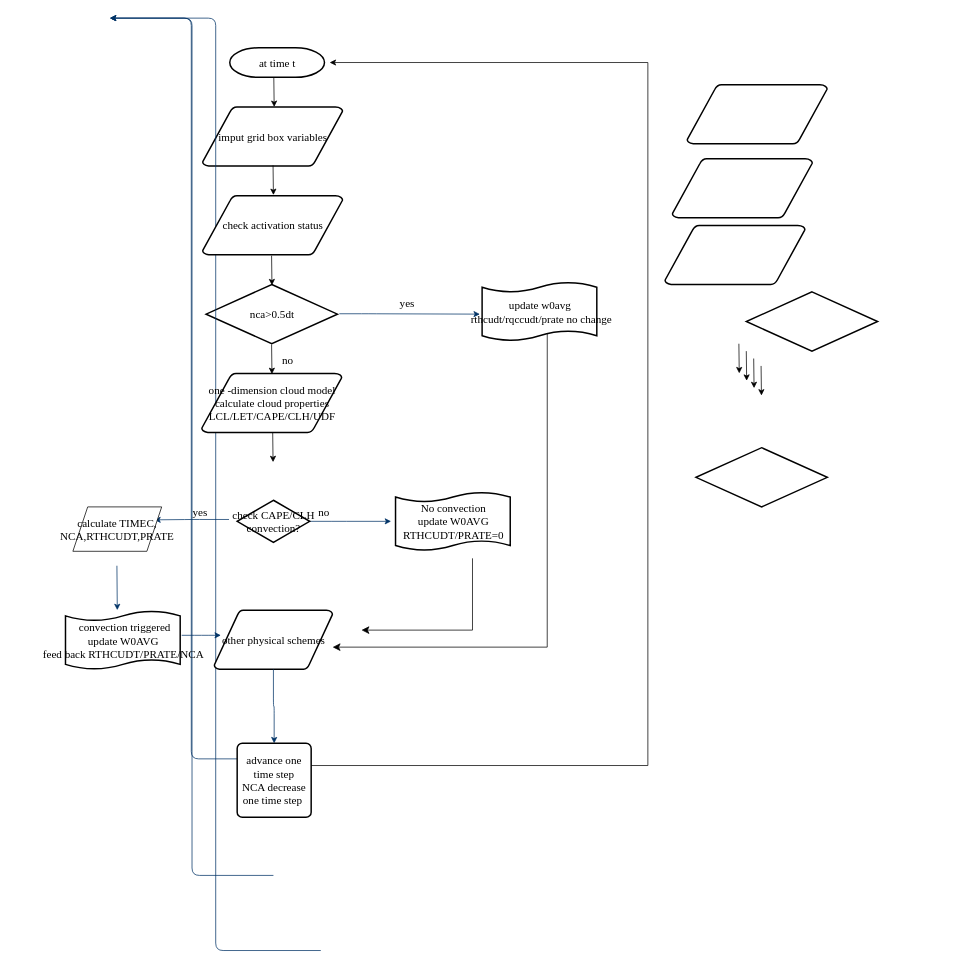
yuxing79/weather keeps this draw.io diagram as mskf-flowchart01.drawio. Above is the earlier version. Source tidied: cells renumbered, new cells numbered last; positions are measured from the earlier drawing's top-left corner, leaving out a move shared by most shapes. Both pictures are drawn from the tidied source at 74%, with x=0, y=0 at pixel (65, 18).
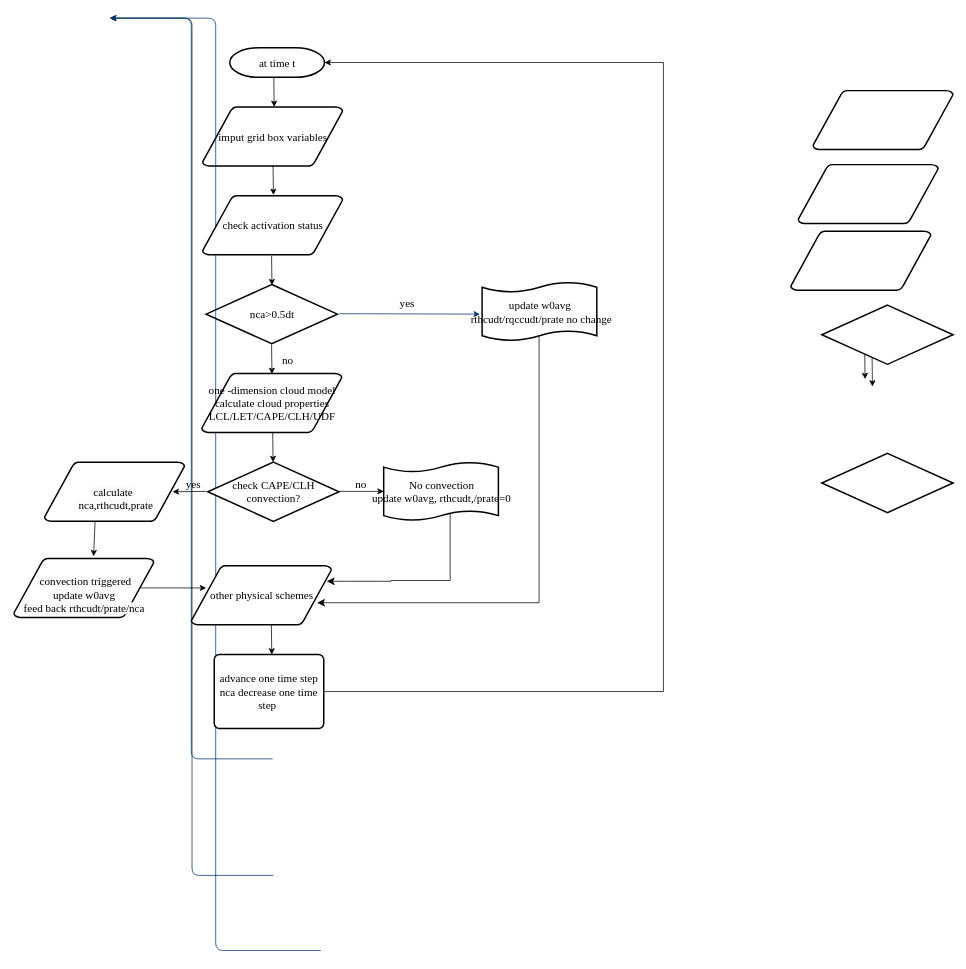
Above is the later version.

The change refers to these unchanged cells:
```xml
<mxCell id="2" value="at time t" style="shape=mxgraph.flowchart.terminator;strokeWidth=2;gradientColor=none;gradientDirection=north;fontStyle=0;html=1;fontSize=15;fontFamily=Times New Roman;" parent="1" vertex="1">
  <mxGeometry x="222" y="40" width="128" height="40" as="geometry" />
</mxCell>
<mxCell id="14" value="update w0avg&lt;br style=&quot;font-size: 15px;&quot;&gt;&amp;nbsp;rthcudt/rqccudt/prate no change" style="shape=mxgraph.flowchart.paper_tape;strokeWidth=2;gradientColor=none;gradientDirection=north;fontStyle=0;html=1;fontSize=15;fontFamily=Times New Roman;" parent="1" vertex="1">
  <mxGeometry x="563" y="356" width="155" height="81" as="geometry" />
</mxCell>
```

The edit, as a diff of the source:
```diff
@@
-    <mxCell id="7" style="edgeStyle=elbowEdgeStyle;elbow=horizontal;fontStyle=1;strokeColor=#003366;strokeWidth=1;html=1;fontSize=15;fontFamily=Times New Roman;" parent="1" edge="1" source="15">
-      <mxGeometry as="geometry">
-        <mxPoint x="440" y="680" as="targetPoint" />
-        <Array as="points">
-          <mxPoint x="370" y="680" />
-        </Array>
-      </mxGeometry>
-    </mxCell>
-    <mxCell id="8" style="edgeStyle=elbowEdgeStyle;elbow=horizontal;exitX=0.5;exitY=1;exitPerimeter=0;fontStyle=1;strokeColor=#003366;strokeWidth=1;html=1;fontSize=15;fontFamily=Times New Roman;" parent="1" edge="1">
-      <mxGeometry as="geometry">
-        <mxPoint x="69.5" y="740" as="sourcePoint" />
-        <mxPoint x="69.5" y="800" as="targetPoint" />
-      </mxGeometry>
-    </mxCell>
@@
-    <mxCell id="12" value="other physical schemes" style="shape=mxgraph.flowchart.data;strokeWidth=2;gradientColor=none;gradientDirection=north;fontStyle=0;html=1;fontSize=15;fontFamily=Times New Roman;" parent="1" vertex="1">
-      <mxGeometry x="201" y="800" width="160" height="80" as="geometry" />
-    </mxCell>
-    <mxCell id="13" style="edgeStyle=elbowEdgeStyle;elbow=vertical;exitX=0.5;exitY=1;exitPerimeter=0;fontStyle=1;strokeColor=#003366;strokeWidth=1;html=1;entryX=0.5;entryY=0;entryDx=0;entryDy=0;fontSize=15;fontFamily=Times New Roman;" parent="1" edge="1" source="12" target="27">
-      <mxGeometry as="geometry" />
-    </mxCell>
@@
-    <mxCell id="15" value="check&amp;nbsp;CAPE/CLH&lt;br style=&quot;font-size: 15px;&quot;&gt;convection?" style="shape=mxgraph.flowchart.decision;strokeWidth=2;gradientColor=none;gradientDirection=north;fontStyle=0;html=1;fontSize=15;fontFamily=Times New Roman;" parent="1" vertex="1">
-      <mxGeometry x="232" y="651.5" width="98" height="57" as="geometry" />
-    </mxCell>
-    <mxCell id="16" style="edgeStyle=elbowEdgeStyle;elbow=horizontal;fontStyle=1;strokeColor=#003366;strokeWidth=1;html=1;fontSize=15;fontFamily=Times New Roman;" parent="1" edge="1">
-      <mxGeometry as="geometry">
-        <mxPoint x="221" y="677.5" as="sourcePoint" />
-        <mxPoint x="120" y="678" as="targetPoint" />
-      </mxGeometry>
-    </mxCell>
     <mxCell id="17" value="no" style="text;fontStyle=0;html=1;strokeColor=none;gradientColor=none;fillColor=none;strokeWidth=2;fontSize=15;fontFamily=Times New Roman;" parent="1" vertex="1">
-      <mxGeometry x="340" y="651.5" width="40" height="26" as="geometry" />
+      <mxGeometry x="390" y="613.5" width="40" height="26" as="geometry" />
     </mxCell>
-    <mxCell id="18" value="No convection&lt;br style=&quot;font-size: 15px;&quot;&gt;update W0AVG&lt;br style=&quot;font-size: 15px;&quot;&gt;RTHCUDT/PRATE=0&lt;br style=&quot;font-size: 15px;&quot;&gt;" style="shape=mxgraph.flowchart.paper_tape;strokeWidth=2;gradientColor=none;gradientDirection=north;fontStyle=0;html=1;fontSize=15;fontFamily=Times New Roman;" parent="1" vertex="1">
-      <mxGeometry x="446" y="639.5" width="155" height="81" as="geometry" />
+    <mxCell id="18" value="No convection&lt;br style=&quot;font-size: 15px;&quot;&gt;update w0avg, rthcudt,/prate=0" style="shape=mxgraph.flowchart.paper_tape;strokeWidth=2;gradientColor=none;gradientDirection=north;fontStyle=0;html=1;fontSize=15;fontFamily=Times New Roman;" parent="1" vertex="1">
+      <mxGeometry x="430" y="599" width="155" height="81" as="geometry" />
     </mxCell>
     <mxCell id="19" value="yes" style="text;fontStyle=0;html=1;strokeColor=none;gradientColor=none;fillColor=none;strokeWidth=2;fontSize=15;fontFamily=Times New Roman;" parent="1" vertex="1">
-      <mxGeometry x="170" y="651.5" width="40" height="26" as="geometry" />
+      <mxGeometry x="161" y="613.5" width="40" height="26" as="geometry" />
     </mxCell>
-    <mxCell id="20" value="&amp;nbsp;convection triggered&lt;br style=&quot;font-size: 15px;&quot;&gt;update W0AVG&lt;br style=&quot;font-size: 15px;&quot;&gt;feed back RTHCUDT/PRATE/NCA&lt;br style=&quot;font-size: 15px;&quot;&gt;" style="shape=mxgraph.flowchart.paper_tape;strokeWidth=2;gradientColor=none;gradientDirection=north;fontStyle=0;html=1;fontSize=15;fontFamily=Times New Roman;" parent="1" vertex="1">
-      <mxGeometry y="800" width="155" height="81" as="geometry" />
-    </mxCell>
-    <mxCell id="21" value="calculate TIMEC, NCA,RTHCUDT,PRATE" style="shape=parallelogram;perimeter=parallelogramPerimeter;whiteSpace=wrap;html=1;fixedSize=1;fontSize=15;fontFamily=Times New Roman;" parent="1" vertex="1">
-      <mxGeometry x="10" y="660.5" width="120" height="60" as="geometry" />
-    </mxCell>
-    <mxCell id="22" style="edgeStyle=elbowEdgeStyle;elbow=horizontal;exitX=1.013;exitY=0.42;exitPerimeter=0;fontStyle=1;strokeColor=#003366;strokeWidth=1;html=1;exitDx=0;exitDy=0;fontSize=15;fontFamily=Times New Roman;" parent="1" edge="1" source="20">
-      <mxGeometry as="geometry">
-        <mxPoint x="210" y="834" as="targetPoint" />
-      </mxGeometry>
-    </mxCell>
@@
-    <mxCell id="24" style="edgeStyle=segmentEdgeStyle;endArrow=classic;html=1;curved=0;rounded=0;endSize=8;startSize=8;exitX=0.568;exitY=0.864;exitDx=0;exitDy=0;exitPerimeter=0;fontSize=15;fontFamily=Times New Roman;" parent="1" edge="1" source="14" target="12">
-      <mxGeometry relative="1" as="geometry">
-        <Array as="points">
-          <mxPoint x="651" y="850" />
-        </Array>
-      </mxGeometry>
-    </mxCell>
-    <mxCell id="25" style="edgeStyle=segmentEdgeStyle;endArrow=classic;html=1;curved=0;rounded=0;endSize=8;startSize=8;fontSize=15;fontFamily=Times New Roman;" parent="1" edge="1">
+    <mxCell id="25" style="edgeStyle=segmentEdgeStyle;endArrow=classic;html=1;curved=0;rounded=0;endSize=8;startSize=8;fontSize=15;fontFamily=Times New Roman;entryX=0.966;entryY=0.263;entryDx=0;entryDy=0;entryPerimeter=0;" parent="1" edge="1" target="12">
       <mxGeometry relative="1" as="geometry">
-        <mxPoint x="550" y="730" as="sourcePoint" />
-        <mxPoint x="400" y="827" as="targetPoint" />
+        <mxPoint x="519.8" y="670" as="sourcePoint" />
         <Array as="points">
-          <mxPoint x="550" y="827" />
+          <mxPoint x="520" y="760" />
+          <mxPoint x="440" y="760" />
         </Array>
       </mxGeometry>
     </mxCell>
-    <mxCell id="26" style="edgeStyle=orthogonalEdgeStyle;rounded=0;orthogonalLoop=1;jettySize=auto;html=1;fontSize=15;fontFamily=Times New Roman;" parent="1" edge="1">
+    <mxCell id="26" style="edgeStyle=orthogonalEdgeStyle;rounded=0;jettySize=auto;html=1;fontSize=15;fontFamily=Times New Roman;entryX=1;entryY=0.5;entryDx=0;entryDy=0;entryPerimeter=0;" parent="1" edge="1" target="2">
       <mxGeometry relative="1" as="geometry">
-        <mxPoint x="329" y="1010" as="sourcePoint" />
-        <mxPoint x="357" y="60" as="targetPoint" />
+        <mxPoint x="350" y="910" as="sourcePoint" />
         <Array as="points">
-          <mxPoint x="787" y="1010" />
-          <mxPoint x="787" y="60" />
+          <mxPoint x="808" y="910" />
+          <mxPoint x="808" y="60" />
         </Array>
       </mxGeometry>
     </mxCell>
-    <mxCell id="27" value="advance one time step&lt;br style=&quot;border-color: var(--border-color); font-size: 15px;&quot;&gt;NCA decrease one time step&amp;nbsp;" style="rounded=1;whiteSpace=wrap;html=1;absoluteArcSize=1;arcSize=14;strokeWidth=2;fontSize=15;fontFamily=Times New Roman;" parent="1" vertex="1">
-      <mxGeometry x="232" y="980" width="100" height="100" as="geometry" />
+    <mxCell id="27" value="advance one time step&lt;br style=&quot;border-color: var(--border-color); font-size: 15px;&quot;&gt;nca decrease one time step&amp;nbsp;" style="rounded=1;whiteSpace=wrap;html=1;absoluteArcSize=1;arcSize=14;strokeWidth=2;fontSize=15;fontFamily=Times New Roman;" parent="1" vertex="1">
+      <mxGeometry x="201" y="860" width="148" height="100" as="geometry" />
     </mxCell>
@@
     <mxCell id="33" style="endArrow=classic;html=1;rounded=0;fontSize=15;fontFamily=Times New Roman;" parent="1" edge="1">
       <mxGeometry relative="1" as="geometry">
-        <mxPoint x="910" y="440" as="sourcePoint" />
-        <mxPoint x="910.5" y="480" as="targetPoint" />
+        <mxPoint x="1080" y="447.8" as="sourcePoint" />
+        <mxPoint x="1080.5" y="487.8" as="targetPoint" />
       </mxGeometry>
     </mxCell>
@@
     <mxCell id="35" style="shape=mxgraph.flowchart.data;strokeWidth=2;gradientColor=none;gradientDirection=north;fontStyle=0;html=1;fontSize=15;fontFamily=Times New Roman;" parent="1" vertex="1">
-      <mxGeometry x="840" y="90" width="189.5" height="80" as="geometry" />
+      <mxGeometry x="1010" y="97.8" width="189.5" height="80" as="geometry" />
     </mxCell>
     <mxCell id="36" style="shape=mxgraph.flowchart.data;strokeWidth=2;gradientColor=none;gradientDirection=north;fontStyle=0;html=1;fontSize=15;fontFamily=Times New Roman;" parent="1" vertex="1">
-      <mxGeometry x="820" y="190" width="189.5" height="80" as="geometry" />
+      <mxGeometry x="990" y="197.8" width="189.5" height="80" as="geometry" />
     </mxCell>
     <mxCell id="37" style="shape=mxgraph.flowchart.data;strokeWidth=2;gradientColor=none;gradientDirection=north;fontStyle=0;html=1;fontSize=15;fontFamily=Times New Roman;" parent="1" vertex="1">
-      <mxGeometry x="810" y="280" width="189.5" height="80" as="geometry" />
+      <mxGeometry x="980" y="287.8" width="189.5" height="80" as="geometry" />
     </mxCell>
     <mxCell id="38" style="endArrow=classic;html=1;rounded=0;fontSize=15;fontFamily=Times New Roman;" parent="1" edge="1">
       <mxGeometry relative="1" as="geometry">
-        <mxPoint x="920" y="450" as="sourcePoint" />
-        <mxPoint x="920.5" y="490" as="targetPoint" />
+        <mxPoint x="1090" y="457.8" as="sourcePoint" />
+        <mxPoint x="1090.5" y="497.8" as="targetPoint" />
       </mxGeometry>
     </mxCell>
-    <mxCell id="39" style="endArrow=classic;html=1;rounded=0;fontSize=15;fontFamily=Times New Roman;" parent="1" edge="1">
-      <mxGeometry relative="1" as="geometry">
-        <mxPoint x="930" y="460" as="sourcePoint" />
-        <mxPoint x="930.5" y="500" as="targetPoint" />
-      </mxGeometry>
+    <mxCell id="39" style="endArrow=classic;html=1;rounded=0;fontSize=15;fontFamily=Times New Roman;exitX=0.905;exitY=0.5;exitDx=0;exitDy=0;exitPerimeter=0;entryX=0.106;entryY=0.375;entryDx=0;entryDy=0;entryPerimeter=0;" parent="1" edge="1" source="48" target="12">
+      <mxGeometry relative="1" as="geometry" />
     </mxCell>
     <mxCell id="40" style="endArrow=classic;html=1;rounded=0;fontSize=15;fontFamily=Times New Roman;" parent="1" edge="1">
       <mxGeometry relative="1" as="geometry">
-        <mxPoint x="940" y="470" as="sourcePoint" />
-        <mxPoint x="940.5" y="510" as="targetPoint" />
+        <mxPoint x="190" y="639.5" as="sourcePoint" />
+        <mxPoint x="144.8" y="640" as="targetPoint" />
       </mxGeometry>
     </mxCell>
@@
     <mxCell id="42" style="shape=mxgraph.flowchart.decision;strokeWidth=2;gradientColor=none;gradientDirection=north;fontStyle=0;html=1;fontSize=15;fontFamily=Times New Roman;" parent="1" vertex="1">
-      <mxGeometry x="920" y="370" width="177.5" height="80" as="geometry" />
+      <mxGeometry x="1022" y="387.8" width="177.5" height="80" as="geometry" />
     </mxCell>
     <mxCell id="43" style="shape=mxgraph.flowchart.decision;strokeWidth=2;gradientColor=none;gradientDirection=north;fontStyle=0;html=1;fontSize=15;fontFamily=Times New Roman;" parent="1" vertex="1">
-      <mxGeometry x="852" y="580.5" width="177.5" height="80" as="geometry" />
+      <mxGeometry x="1022" y="588.2" width="177.5" height="80" as="geometry" />
     </mxCell>
+    <mxCell id="15" value="check&amp;nbsp;CAPE/CLH&lt;br style=&quot;border-color: var(--border-color);&quot;&gt;convection?" style="shape=mxgraph.flowchart.decision;strokeWidth=2;gradientColor=none;gradientDirection=north;fontStyle=0;html=1;fontSize=15;fontFamily=Times New Roman;" parent="1" vertex="1">
+      <mxGeometry x="192.2" y="600" width="177.5" height="80" as="geometry" />
+    </mxCell>
+    <mxCell id="44" style="endArrow=classic;html=1;rounded=0;fontSize=15;fontFamily=Times New Roman;entryX=1;entryY=1;entryDx=0;entryDy=0;" parent="1" edge="1" target="17">
+      <mxGeometry relative="1" as="geometry">
+        <mxPoint x="369.8" y="639.5" as="sourcePoint" />
+      </mxGeometry>
+    </mxCell>
+    <mxCell id="45" value="&lt;br&gt;&lt;span style=&quot;color: rgb(0, 0, 0); font-family: &amp;quot;Times New Roman&amp;quot;; font-size: 15px; font-style: normal; font-variant-ligatures: normal; font-variant-caps: normal; font-weight: 400; letter-spacing: normal; orphans: 2; text-align: center; text-indent: 0px; text-transform: none; widows: 2; word-spacing: 0px; -webkit-text-stroke-width: 0px; background-color: rgb(251, 251, 251); text-decoration-thickness: initial; text-decoration-style: initial; text-decoration-color: initial; float: none; display: inline !important;&quot;&gt;calculate&amp;nbsp;&lt;br&gt;&amp;nbsp;nca,rthcudt,prate&lt;/span&gt;" style="shape=mxgraph.flowchart.data;strokeWidth=2;gradientColor=none;gradientDirection=north;fontStyle=0;html=1;fontSize=15;fontFamily=Times New Roman;" parent="1" vertex="1">
+      <mxGeometry x="-28.5" y="600" width="189.5" height="80" as="geometry" />
+    </mxCell>
+    <mxCell id="12" value="other physical schemes" style="shape=mxgraph.flowchart.data;strokeWidth=2;gradientColor=none;gradientDirection=north;fontStyle=0;html=1;fontSize=15;fontFamily=Times New Roman;" parent="1" vertex="1">
+      <mxGeometry x="170" y="740" width="189.5" height="80" as="geometry" />
+    </mxCell>
+    <mxCell id="46" style="edgeStyle=segmentEdgeStyle;endArrow=classic;html=1;curved=0;rounded=0;endSize=8;startSize=8;fontSize=15;fontFamily=Times New Roman;" parent="1" edge="1">
+      <mxGeometry relative="1" as="geometry">
+        <mxPoint x="640" y="430" as="sourcePoint" />
+        <mxPoint x="340" y="790" as="targetPoint" />
+        <Array as="points">
+          <mxPoint x="640" y="790" />
+          <mxPoint x="342" y="790" />
+        </Array>
+      </mxGeometry>
+    </mxCell>
+    <mxCell id="47" style="endArrow=classic;html=1;rounded=0;fontSize=15;fontFamily=Times New Roman;entryX=0.57;entryY=-0.035;entryDx=0;entryDy=0;entryPerimeter=0;" parent="1" edge="1" target="48">
+      <mxGeometry relative="1" as="geometry">
+        <mxPoint x="40" y="680" as="sourcePoint" />
+      </mxGeometry>
+    </mxCell>
+    <mxCell id="48" value="&lt;br&gt;&lt;span style=&quot;color: rgb(0, 0, 0); font-family: &amp;quot;Times New Roman&amp;quot;; font-size: 15px; font-style: normal; font-variant-ligatures: normal; font-variant-caps: normal; font-weight: 400; letter-spacing: normal; orphans: 2; text-align: center; text-indent: 0px; text-transform: none; widows: 2; word-spacing: 0px; -webkit-text-stroke-width: 0px; background-color: rgb(251, 251, 251); text-decoration-thickness: initial; text-decoration-style: initial; text-decoration-color: initial; float: none; display: inline !important;&quot;&gt;&amp;nbsp;convection triggered&lt;/span&gt;&lt;br style=&quot;border-color: var(--border-color); color: rgb(0, 0, 0); font-family: &amp;quot;Times New Roman&amp;quot;; font-size: 15px; font-style: normal; font-variant-ligatures: normal; font-variant-caps: normal; font-weight: 400; letter-spacing: normal; orphans: 2; text-align: center; text-indent: 0px; text-transform: none; widows: 2; word-spacing: 0px; -webkit-text-stroke-width: 0px; background-color: rgb(251, 251, 251); text-decoration-thickness: initial; text-decoration-style: initial; text-decoration-color: initial;&quot;&gt;&lt;span style=&quot;color: rgb(0, 0, 0); font-family: &amp;quot;Times New Roman&amp;quot;; font-size: 15px; font-style: normal; font-variant-ligatures: normal; font-variant-caps: normal; font-weight: 400; letter-spacing: normal; orphans: 2; text-align: center; text-indent: 0px; text-transform: none; widows: 2; word-spacing: 0px; -webkit-text-stroke-width: 0px; background-color: rgb(251, 251, 251); text-decoration-thickness: initial; text-decoration-style: initial; text-decoration-color: initial; float: none; display: inline !important;&quot;&gt;update w0avg&lt;/span&gt;&lt;br style=&quot;border-color: var(--border-color); color: rgb(0, 0, 0); font-family: &amp;quot;Times New Roman&amp;quot;; font-size: 15px; font-style: normal; font-variant-ligatures: normal; font-variant-caps: normal; font-weight: 400; letter-spacing: normal; orphans: 2; text-align: center; text-indent: 0px; text-transform: none; widows: 2; word-spacing: 0px; -webkit-text-stroke-width: 0px; background-color: rgb(251, 251, 251); text-decoration-thickness: initial; text-decoration-style: initial; text-decoration-color: initial;&quot;&gt;&lt;span style=&quot;color: rgb(0, 0, 0); font-family: &amp;quot;Times New Roman&amp;quot;; font-size: 15px; font-style: normal; font-variant-ligatures: normal; font-variant-caps: normal; font-weight: 400; letter-spacing: normal; orphans: 2; text-align: center; text-indent: 0px; text-transform: none; widows: 2; word-spacing: 0px; -webkit-text-stroke-width: 0px; background-color: rgb(251, 251, 251); text-decoration-thickness: initial; text-decoration-style: initial; text-decoration-color: initial; float: none; display: inline !important;&quot;&gt;feed back rthcudt/prate/nca&lt;/span&gt;" style="shape=mxgraph.flowchart.data;strokeWidth=2;gradientColor=none;gradientDirection=north;fontStyle=0;html=1;fontSize=15;fontFamily=Times New Roman;" parent="1" vertex="1">
+      <mxGeometry x="-70" y="730" width="189.5" height="80" as="geometry" />
+    </mxCell>
+    <mxCell id="49" style="endArrow=classic;html=1;rounded=0;fontSize=15;fontFamily=Times New Roman;" parent="1" edge="1">
+      <mxGeometry relative="1" as="geometry">
+        <mxPoint x="278.2" y="820" as="sourcePoint" />
+        <mxPoint x="278.8" y="860" as="targetPoint" />
+      </mxGeometry>
+    </mxCell>
```
